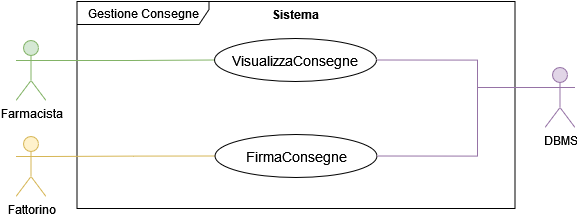
The draw.io diagram Documentazione aggiornata/Gestione Consegne.png in innovazionebot/Pharmalink, before a commit. Source tidied: cells renumbered, new cells last; positions are measured from the earlier drawing's top-left corner, leaving out a move shared by most shapes.
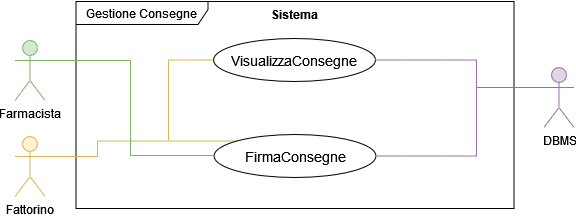
After the change.

Diff of the diagram source:
```diff
@@ -14,11 +14,11 @@
     <mxCell id="5" value="DBMS" style="shape=umlActor;verticalLabelPosition=bottom;verticalAlign=top;html=1;fillColor=#e1d5e7;strokeColor=#9673a6;" parent="1" vertex="1">
       <mxGeometry x="529.5" y="66" width="30" height="60" as="geometry" />
     </mxCell>
-    <mxCell id="6" style="endArrow=none;html=1;rounded=0;exitX=0;exitY=0.5;exitDx=0;exitDy=0;edgeStyle=orthogonalEdgeStyle;entryX=1;entryY=0.3333333333333333;entryDx=0;entryDy=0;entryPerimeter=0;fillColor=#fff2cc;strokeColor=#d6b656;" parent="1" edge="1" source="8" target="3">
+    <mxCell id="6" style="endArrow=none;html=1;rounded=0;edgeStyle=orthogonalEdgeStyle;entryX=1;entryY=0.3333333333333333;entryDx=0;entryDy=0;entryPerimeter=0;fillColor=#fff2cc;strokeColor=#d6b656;exitX=0;exitY=0;exitDx=0;exitDy=0;" parent="1" edge="1" source="8" target="3">
       <mxGeometry relative="1" as="geometry">
         <Array as="points">
-          <mxPoint x="118" y="155" />
-          <mxPoint x="31" y="155" />
+          <mxPoint x="83" y="139" />
+          <mxPoint x="83" y="155" />
         </Array>
       </mxGeometry>
     </mxCell>
@@ -28,10 +28,12 @@
     <mxCell id="8" value="FirmaConsegne" style="ellipse;whiteSpace=wrap;html=1;fontSize=14;strokeColor=default;verticalAlign=middle;align=center;horizontal=1;labelPosition=center;verticalLabelPosition=middle;" parent="1" vertex="1">
       <mxGeometry x="199.5" y="133" width="162" height="43" as="geometry" />
     </mxCell>
-    <mxCell id="9" style="endArrow=none;html=1;rounded=0;entryX=0;entryY=0.5;entryDx=0;entryDy=0;edgeStyle=orthogonalEdgeStyle;exitX=1;exitY=0.3333333333333333;exitDx=0;exitDy=0;exitPerimeter=0;fillColor=#d5e8d4;strokeColor=#82b366;" parent="1" edge="1" source="4" target="7">
+    <mxCell id="9" style="endArrow=none;html=1;rounded=0;edgeStyle=orthogonalEdgeStyle;exitX=1;exitY=0.3333333333333333;exitDx=0;exitDy=0;exitPerimeter=0;fillColor=#d5e8d4;strokeColor=#82b366;" parent="1" edge="1" source="4">
       <mxGeometry relative="1" as="geometry">
+        <mxPoint x="201" y="154" as="targetPoint" />
         <Array as="points">
           <mxPoint x="116" y="59" />
+          <mxPoint x="116" y="154" />
         </Array>
       </mxGeometry>
     </mxCell>
@@ -54,5 +56,13 @@
     <mxCell id="12" value="Sistema" style="text;align=center;fontStyle=1;verticalAlign=middle;spacingLeft=3;spacingRight=3;strokeColor=none;" parent="1" vertex="1">
       <mxGeometry x="240.5" y="-0.5" width="80" height="26" as="geometry" />
     </mxCell>
+    <mxCell id="13" style="endArrow=none;html=1;rounded=0;edgeStyle=orthogonalEdgeStyle;entryX=0;entryY=0.5;entryDx=0;entryDy=0;fillColor=#fff2cc;strokeColor=#d6b656;" parent="1" edge="1" target="7">
+      <mxGeometry relative="1" as="geometry">
+        <mxPoint x="154" y="139" as="sourcePoint" />
+        <Array as="points">
+          <mxPoint x="154" y="58" />
+        </Array>
+      </mxGeometry>
+    </mxCell>
   </root>
 </mxGraphModel>
```
